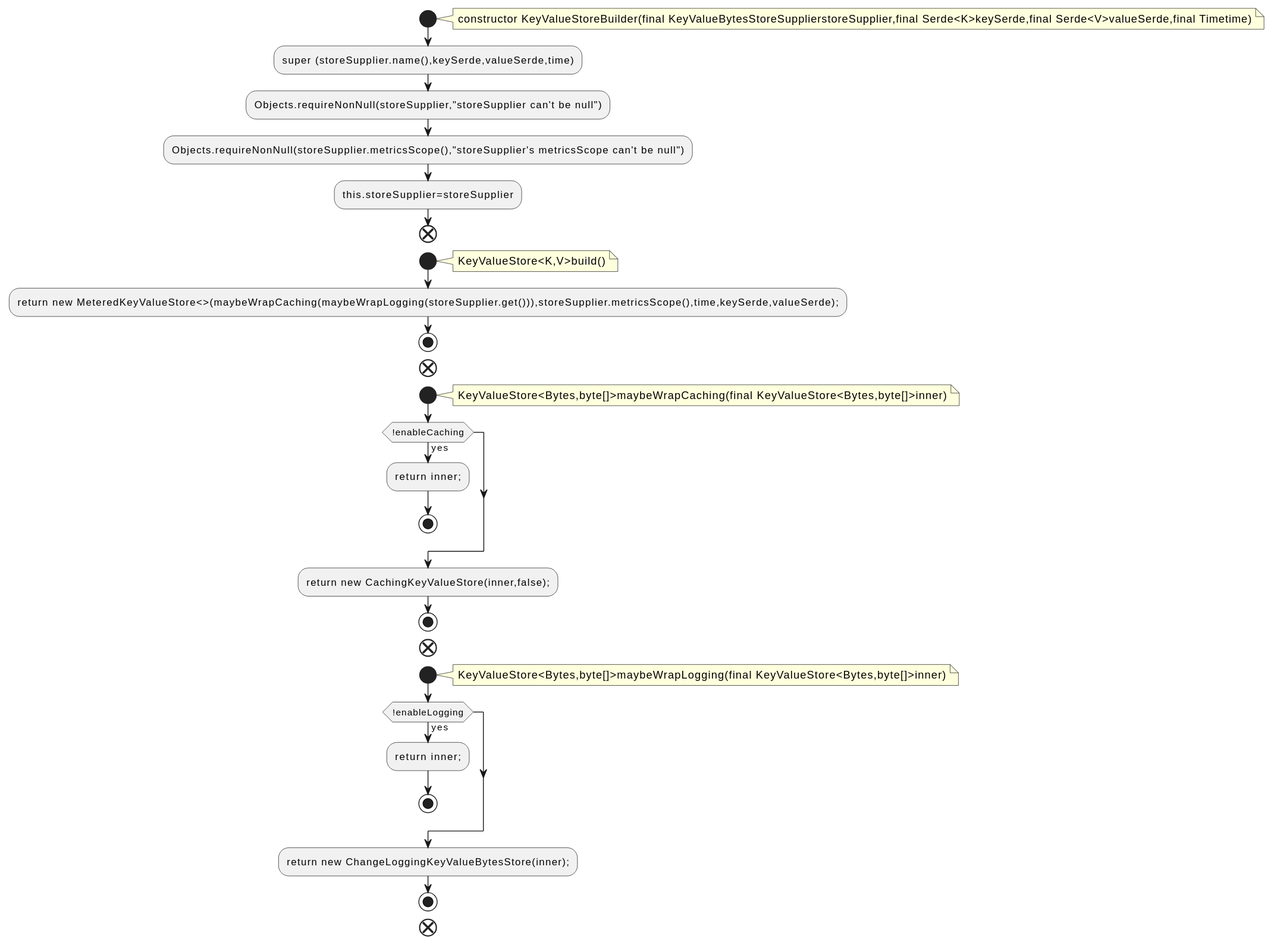
The PlantUML diagram docs/qc/streams/src/main/java/org/apache/kafka/streams/state/internals/KeyValueStoreBuilder.java.fct.svg in qualitesys/kafka, before a commit. Its diagram source:
```plantuml
@startuml
!pragma layout smetana
start
note right
constructor KeyValueStoreBuilder(final KeyValueBytesStoreSupplierstoreSupplier,final Serde<K>keySerde,final Serde<V>valueSerde,final Timetime)
end note
:super (storeSupplier.name(),keySerde,valueSerde,time);
:Objects.requireNonNull(storeSupplier,"storeSupplier can't be null");
:Objects.requireNonNull(storeSupplier.metricsScope(),"storeSupplier's metricsScope can't be null");
:this.storeSupplier=storeSupplier;
end
start
note right
KeyValueStore<K,V>build()
end note
:return new MeteredKeyValueStore<>(maybeWrapCaching(maybeWrapLogging(storeSupplier.get())),storeSupplier.metricsScope(),time,keySerde,valueSerde);;
stop
end
start
note right
KeyValueStore<Bytes,byte[]>maybeWrapCaching(final KeyValueStore<Bytes,byte[]>inner)
end note
if (!enableCaching) then (yes)
:return inner;;
stop
endif
:return new CachingKeyValueStore(inner,false);;
stop
end
start
note right
KeyValueStore<Bytes,byte[]>maybeWrapLogging(final KeyValueStore<Bytes,byte[]>inner)
end note
if (!enableLogging) then (yes)
:return inner;;
stop
endif
:return new ChangeLoggingKeyValueBytesStore(inner);;
stop
end
@enduml
```
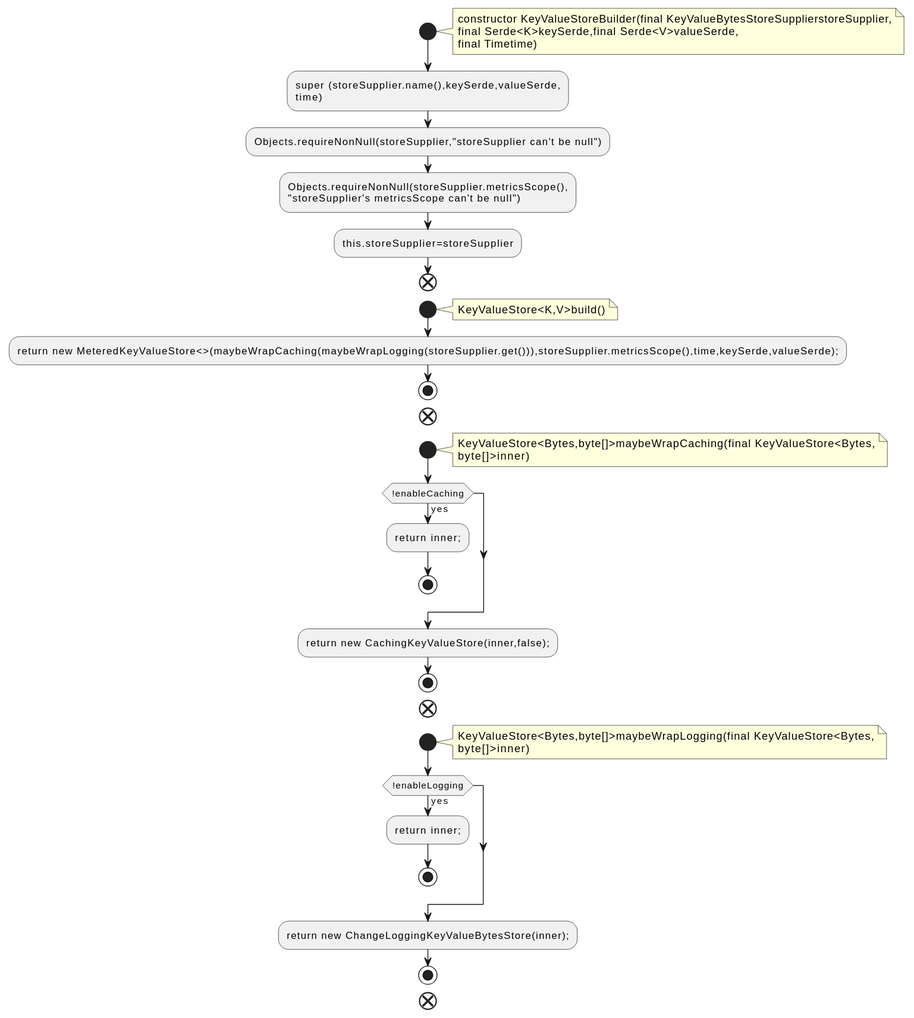
The same file after the commit.

What changed in the source:
```diff
@@ -2,11 +2,15 @@
 !pragma layout smetana
 start
 note right
-constructor KeyValueStoreBuilder(final KeyValueBytesStoreSupplierstoreSupplier,final Serde<K>keySerde,final Serde<V>valueSerde,final Timetime)
+constructor KeyValueStoreBuilder(final KeyValueBytesStoreSupplierstoreSupplier,
+final Serde<K>keySerde,final Serde<V>valueSerde,
+final Timetime)
 end note
-:super (storeSupplier.name(),keySerde,valueSerde,time);
+:super (storeSupplier.name(),keySerde,valueSerde,
+time);
 :Objects.requireNonNull(storeSupplier,"storeSupplier can't be null");
-:Objects.requireNonNull(storeSupplier.metricsScope(),"storeSupplier's metricsScope can't be null");
+:Objects.requireNonNull(storeSupplier.metricsScope(),
+"storeSupplier's metricsScope can't be null");
 :this.storeSupplier=storeSupplier;
 end
 start
@@ -18,7 +22,8 @@
 end
 start
 note right
-KeyValueStore<Bytes,byte[]>maybeWrapCaching(final KeyValueStore<Bytes,byte[]>inner)
+KeyValueStore<Bytes,byte[]>maybeWrapCaching(final KeyValueStore<Bytes,
+byte[]>inner)
 end note
 if (!enableCaching) then (yes)
 :return inner;;
@@ -29,7 +34,8 @@
 end
 start
 note right
-KeyValueStore<Bytes,byte[]>maybeWrapLogging(final KeyValueStore<Bytes,byte[]>inner)
+KeyValueStore<Bytes,byte[]>maybeWrapLogging(final KeyValueStore<Bytes,
+byte[]>inner)
 end note
 if (!enableLogging) then (yes)
 :return inner;;
```
